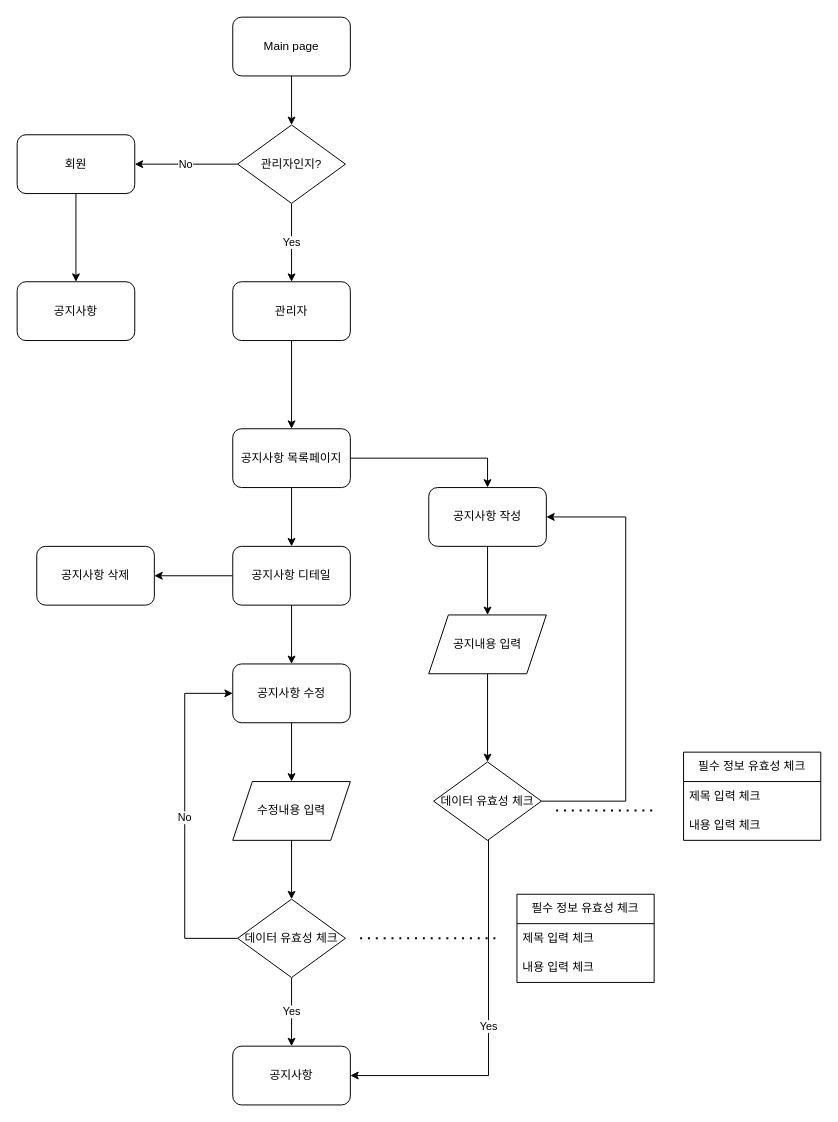
Before: page "공지사항" (3 of 4) of 제목 없는 다이어그램.drawio in awfawf123/workspace, a draw.io diagram. Source tidied: cells renumbered, new cells numbered last; positions are measured from the earlier drawing's top-left corner, leaving out a move shared by most shapes. Both pictures are drawn from the tidied source at 98%, with x=0, y=0 at pixel (17, 17).
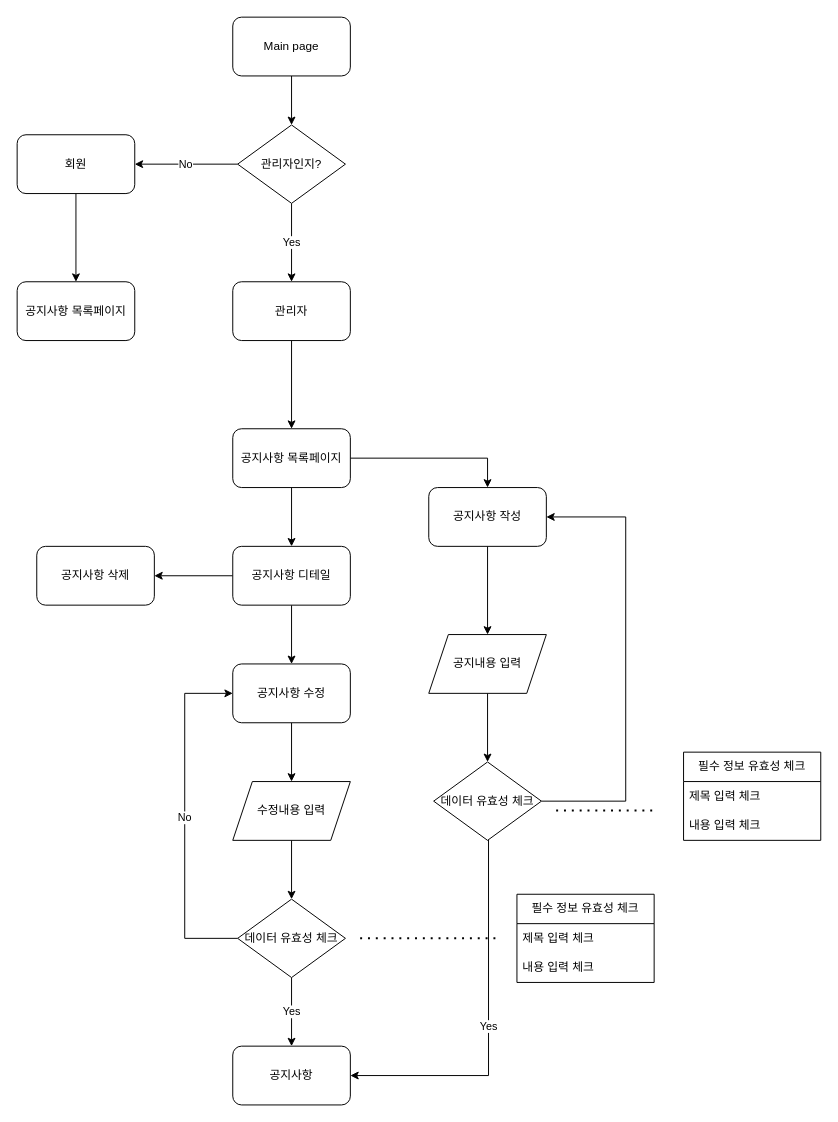
Above is the later version.

What changed in the source:
```diff
@@
-    <mxCell id="11" value="공지사항" style="rounded=1;whiteSpace=wrap;html=1;" parent="1" vertex="1">
+    <mxCell id="11" value="공지사항 목록페이지" style="rounded=1;whiteSpace=wrap;html=1;" parent="1" vertex="1">
       <mxGeometry y="270" width="120" height="60" as="geometry" />
     </mxCell>
@@
     <mxCell id="15" value="공지내용 입력" style="shape=parallelogram;perimeter=parallelogramPerimeter;whiteSpace=wrap;html=1;fixedSize=1;" parent="1" vertex="1">
-      <mxGeometry x="420" y="610" width="120" height="60" as="geometry" />
+      <mxGeometry x="420" y="630" width="120" height="60" as="geometry" />
     </mxCell>
```
